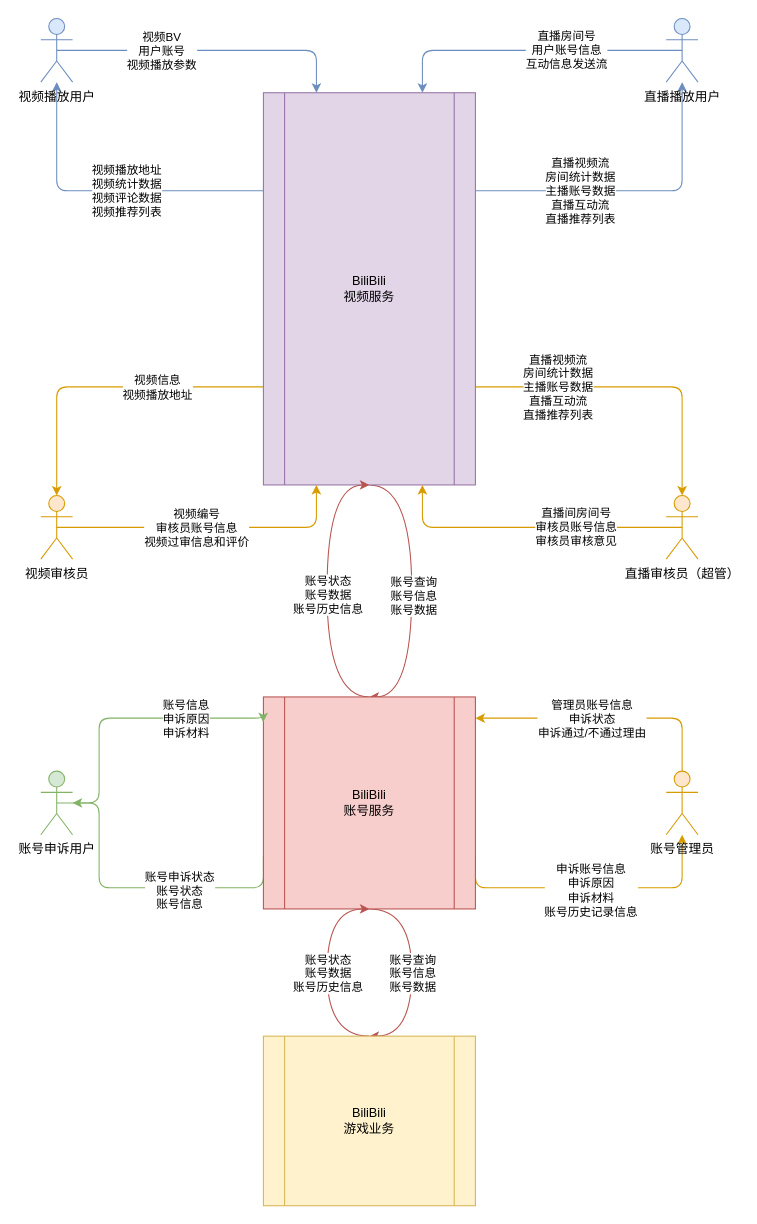
JackyBlackson/System-Class-Charts keeps this draw.io diagram as 未命名绘图.drawio. Above is the earlier version. Source tidied: cells renumbered, new cells numbered last; positions are measured from the earlier drawing's top-left corner, leaving out a move shared by most shapes. Both pictures are drawn from the tidied source at 106%, with x=0, y=0 at pixel (40, 18).
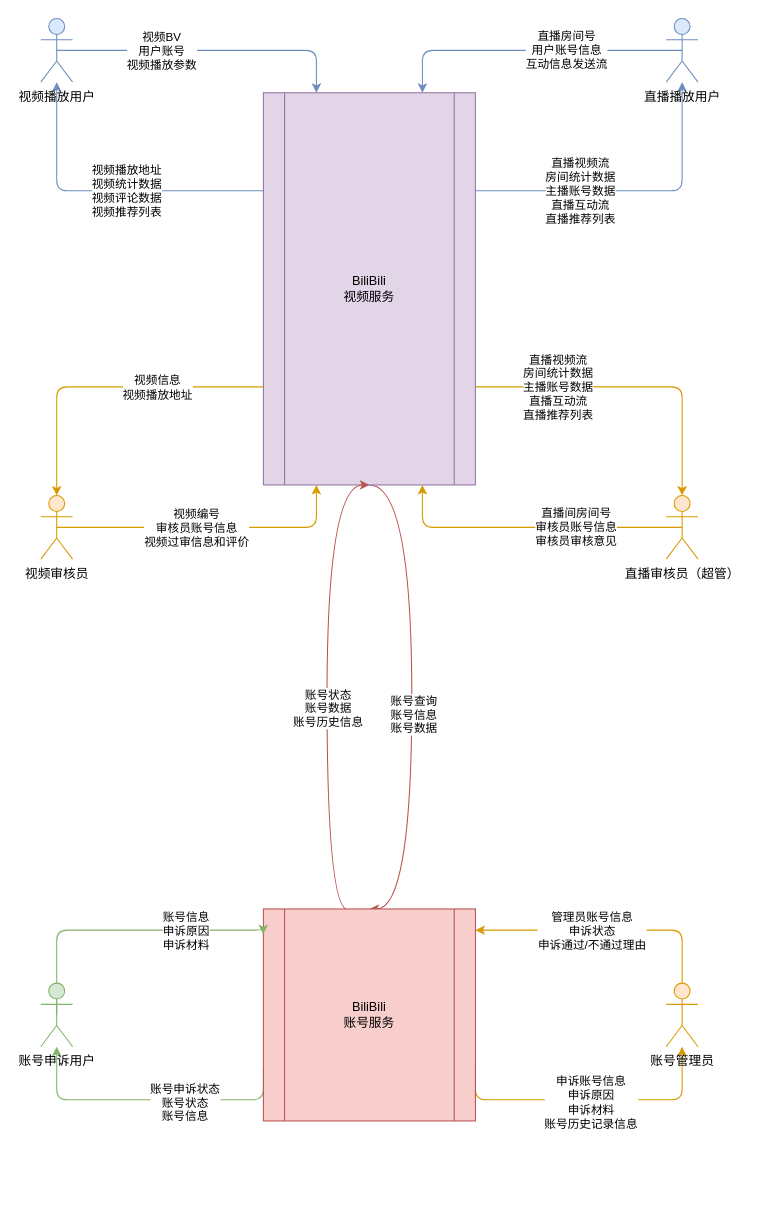
The same diagram, later.

Commit message (it also covers changes not shown here):
更新未命名绘图.drawio

The change refers to these unchanged cells:
```xml
<mxCell id="12" value="BiliBili&lt;br&gt;视频服务" style="shape=process;whiteSpace=wrap;html=1;backgroundOutline=1;fillColor=#e1d5e7;strokeColor=#9673a6;" parent="1" vertex="1">
  <mxGeometry x="210" y="70" width="200" height="370" as="geometry" />
</mxCell>
```

Change to the diagram source:
```diff
@@
     <mxCell id="10" style="edgeStyle=orthogonalEdgeStyle;jettySize=auto;html=1;exitX=0.5;exitY=1;exitDx=0;exitDy=0;entryX=0.5;entryY=0;entryDx=0;entryDy=0;curved=1;fillColor=#f8cecc;strokeColor=#b85450;" parent="1" edge="1" source="12" target="33">
       <mxGeometry relative="1" as="geometry">
         <Array as="points">
           <mxPoint x="350" y="440" />
-          <mxPoint x="350" y="640" />
+          <mxPoint x="350" y="841" />
         </Array>
       </mxGeometry>
     </mxCell>
@@
     <mxCell id="25" style="edgeStyle=orthogonalEdgeStyle;rounded=1;jettySize=auto;html=1;exitX=0;exitY=0.75;exitDx=0;exitDy=0;fillColor=#d5e8d4;strokeColor=#82b366;" parent="1" edge="1" source="33" target="36">
       <mxGeometry relative="1" as="geometry">
         <Array as="points">
-          <mxPoint x="210" y="820" />
-          <mxPoint x="55" y="820" />
+          <mxPoint x="210" y="1020" />
+          <mxPoint x="15" y="1020" />
         </Array>
       </mxGeometry>
     </mxCell>
@@
     <mxCell id="27" style="edgeStyle=orthogonalEdgeStyle;rounded=1;jettySize=auto;html=1;exitX=1;exitY=0.75;exitDx=0;exitDy=0;fillColor=#ffe6cc;strokeColor=#d79b00;" parent="1" edge="1" source="33" target="39">
       <mxGeometry relative="1" as="geometry">
         <Array as="points">
-          <mxPoint x="410" y="820" />
-          <mxPoint x="605" y="820" />
+          <mxPoint x="410" y="1020" />
+          <mxPoint x="605" y="1020" />
         </Array>
       </mxGeometry>
     </mxCell>
@@
     <mxCell id="29" style="edgeStyle=orthogonalEdgeStyle;jettySize=auto;html=1;exitX=0.5;exitY=0;exitDx=0;exitDy=0;entryX=0.5;entryY=1;entryDx=0;entryDy=0;curved=1;fillColor=#f8cecc;strokeColor=#b85450;" parent="1" edge="1" source="33" target="12">
       <mxGeometry relative="1" as="geometry">
         <Array as="points">
-          <mxPoint x="270" y="640" />
+          <mxPoint x="270" y="841" />
           <mxPoint x="270" y="440" />
         </Array>
       </mxGeometry>
     </mxCell>
@@
-    <mxCell id="31" style="edgeStyle=orthogonalEdgeStyle;jettySize=auto;html=1;exitX=0.5;exitY=1;exitDx=0;exitDy=0;entryX=0.5;entryY=0;entryDx=0;entryDy=0;curved=1;fillColor=#f8cecc;strokeColor=#b85450;" parent="1" edge="1" source="33" target="42">
-      <mxGeometry relative="1" as="geometry">
-        <Array as="points">
-          <mxPoint x="350" y="840" />
-          <mxPoint x="350" y="960" />
-        </Array>
-      </mxGeometry>
-    </mxCell>
-    <mxCell id="32" value="账号查询&lt;br style=&quot;border-color: var(--border-color);&quot;&gt;账号信息&lt;br style=&quot;border-color: var(--border-color);&quot;&gt;账号数据" style="edgeLabel;html=1;align=center;verticalAlign=middle;" parent="31" vertex="1">
-      <mxGeometry x="-0.1" relative="1" as="geometry">
-        <mxPoint y="10" as="offset" />
-      </mxGeometry>
-    </mxCell>
     <mxCell id="33" value="BiliBili&lt;br&gt;账号服务" style="shape=process;whiteSpace=wrap;html=1;backgroundOutline=1;fillColor=#f8cecc;strokeColor=#b85450;" parent="1" vertex="1">
-      <mxGeometry x="210" y="640" width="200" height="200" as="geometry" />
+      <mxGeometry x="210" y="840" width="200" height="200" as="geometry" />
     </mxCell>
     <mxCell id="34" style="edgeStyle=orthogonalEdgeStyle;rounded=1;jettySize=auto;html=1;exitX=0.5;exitY=0.5;exitDx=0;exitDy=0;exitPerimeter=0;entryX=-0.001;entryY=0.119;entryDx=0;entryDy=0;entryPerimeter=0;fillColor=#d5e8d4;strokeColor=#82b366;" parent="1" edge="1" source="36" target="33">
       <mxGeometry relative="1" as="geometry">
         <Array as="points">
-          <mxPoint x="55" y="660" />
-          <mxPoint x="210" y="660" />
+          <mxPoint x="15" y="860" />
+          <mxPoint x="210" y="860" />
         </Array>
       </mxGeometry>
     </mxCell>
@@
     <mxCell id="36" value="账号申诉用户" style="shape=umlActor;verticalLabelPosition=bottom;verticalAlign=top;html=1;outlineConnect=0;fillColor=#d5e8d4;strokeColor=#82b366;" parent="1" vertex="1">
-      <mxGeometry y="710" width="30" height="60" as="geometry" />
+      <mxGeometry y="910" width="30" height="60" as="geometry" />
     </mxCell>
     <mxCell id="37" style="edgeStyle=orthogonalEdgeStyle;rounded=1;jettySize=auto;html=1;exitX=0.5;exitY=0;exitDx=0;exitDy=0;exitPerimeter=0;fillColor=#ffe6cc;strokeColor=#d79b00;" parent="1" edge="1" source="39">
       <mxGeometry relative="1" as="geometry">
-        <mxPoint x="410" y="660" as="targetPoint" />
+        <mxPoint x="410" y="860" as="targetPoint" />
         <Array as="points">
-          <mxPoint x="566" y="660" />
-          <mxPoint x="410" y="660" />
+          <mxPoint x="566" y="860" />
+          <mxPoint x="410" y="860" />
         </Array>
       </mxGeometry>
     </mxCell>
@@
     <mxCell id="39" value="账号管理员" style="shape=umlActor;verticalLabelPosition=bottom;verticalAlign=top;html=1;outlineConnect=0;fillColor=#ffe6cc;strokeColor=#d79b00;" parent="1" vertex="1">
-      <mxGeometry x="590" y="710" width="30" height="60" as="geometry" />
+      <mxGeometry x="590" y="910" width="30" height="60" as="geometry" />
     </mxCell>
-    <mxCell id="40" style="edgeStyle=orthogonalEdgeStyle;jettySize=auto;html=1;exitX=0.5;exitY=0;exitDx=0;exitDy=0;entryX=0.5;entryY=1;entryDx=0;entryDy=0;curved=1;fillColor=#f8cecc;strokeColor=#b85450;" parent="1" edge="1" source="42" target="33">
-      <mxGeometry relative="1" as="geometry">
-        <Array as="points">
-          <mxPoint x="270" y="960" />
-          <mxPoint x="270" y="840" />
-        </Array>
-      </mxGeometry>
-    </mxCell>
-    <mxCell id="41" value="账号状态&lt;br style=&quot;border-color: var(--border-color);&quot;&gt;账号数据&lt;br style=&quot;border-color: var(--border-color);&quot;&gt;账号历史信息" style="edgeLabel;html=1;align=center;verticalAlign=middle;" parent="40" vertex="1">
-      <mxGeometry x="0.13" relative="1" as="geometry">
-        <mxPoint y="13" as="offset" />
-      </mxGeometry>
-    </mxCell>
-    <mxCell id="42" value="BiliBili&lt;br&gt;游戏业务" style="shape=process;whiteSpace=wrap;html=1;backgroundOutline=1;fillColor=#fff2cc;strokeColor=#d6b656;" parent="1" vertex="1">
-      <mxGeometry x="210" y="960" width="200" height="160" as="geometry" />
-    </mxCell>
```
